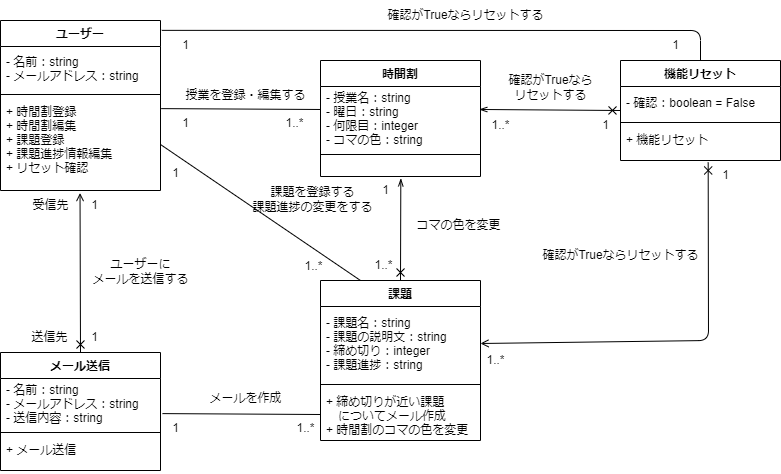
The draw.io diagram 構造図/クラス図/クラス図＿統合版.drawio.png in masaki1234567/psp4, before a commit. Source tidied: cells renumbered, new cells last; positions are measured from the earlier drawing's top-left corner, leaving out a move shared by most shapes.
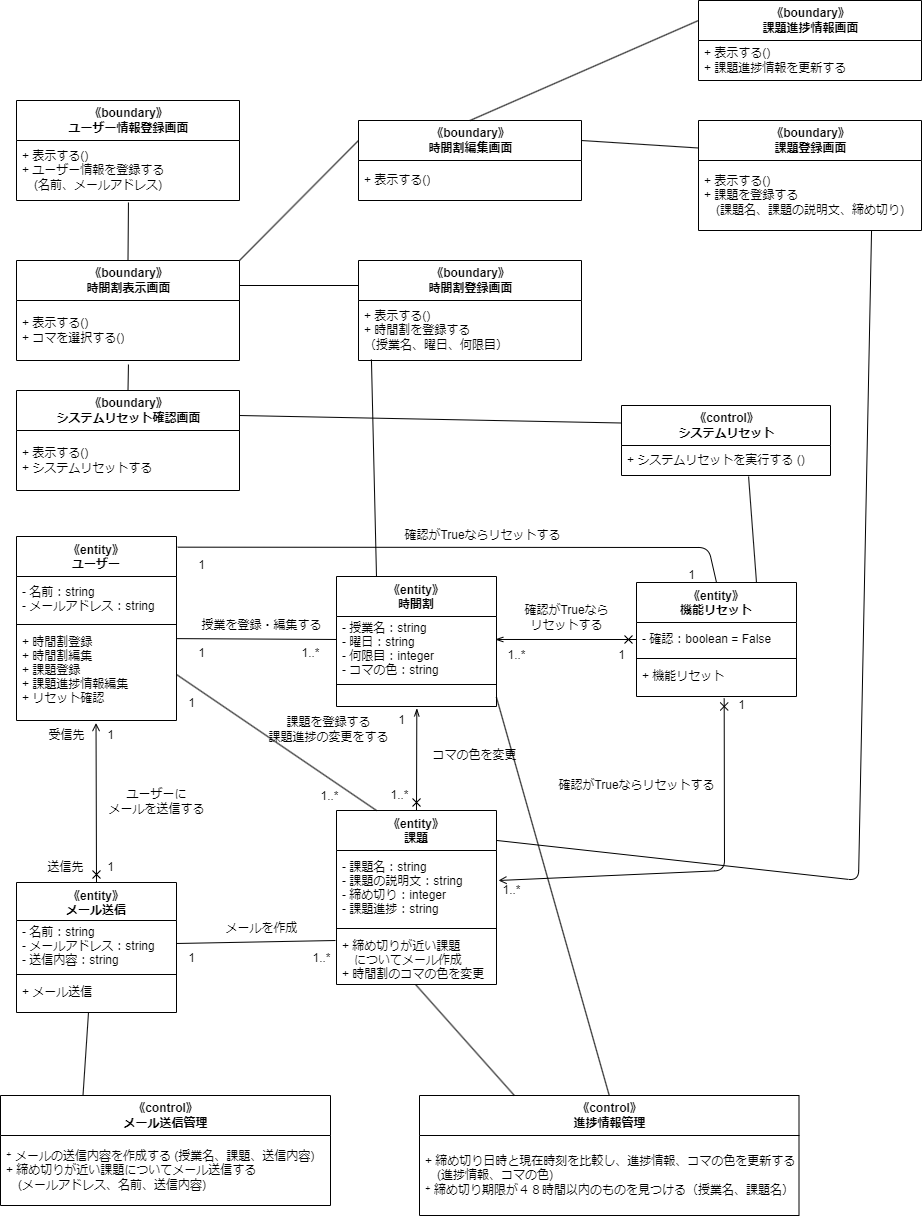
The same file after the commit.

The edit, as a diff of the source:
```diff
@@ -4,13 +4,13 @@
     <mxCell id="1" parent="0" />
-    <mxCell id="2" value="時間割" style="swimlane;fontStyle=1;align=center;verticalAlign=top;horizontal=1;startSize=26;" parent="1" vertex="1">
-      <mxGeometry x="320" y="60" width="160" height="116" as="geometry" />
+    <mxCell id="2" value="《entity》&#10;時間割" style="swimlane;fontStyle=1;align=center;verticalAlign=top;horizontal=1;startSize=40;" parent="1" vertex="1">
+      <mxGeometry x="320" y="46" width="160" height="130" as="geometry" />
     </mxCell>
     <mxCell id="3" value="- 授業名：string&#10;- 曜日：string&#10;- 何限目：integer&#10;- コマの色：string" style="text;strokeColor=none;fillColor=none;align=left;verticalAlign=middle;spacingLeft=4;spacingRight=4;overflow=hidden;points=[[0,0.5],[1,0.5]];portConstraint=eastwest;" parent="2" vertex="1">
-      <mxGeometry y="26" width="160" height="64" as="geometry" />
+      <mxGeometry y="40" width="160" height="64" as="geometry" />
     </mxCell>
     <mxCell id="4" style="line;strokeWidth=1;fillColor=none;align=left;verticalAlign=middle;spacingTop=-1;spacingLeft=3;spacingRight=3;labelPosition=right;strokeColor=inherit;" parent="2" vertex="1">
-      <mxGeometry y="90" width="160" height="8" as="geometry" />
+      <mxGeometry y="104" width="160" height="8" as="geometry" />
     </mxCell>
     <mxCell id="5" value=" " style="text;strokeColor=none;fillColor=none;align=left;verticalAlign=top;spacingLeft=4;spacingRight=4;overflow=hidden;points=[[0,0.5],[1,0.5]];portConstraint=eastwest;" parent="2" vertex="1">
-      <mxGeometry y="98" width="160" height="18" as="geometry" />
+      <mxGeometry y="112" width="160" height="18" as="geometry" />
     </mxCell>
@@ -19,13 +19,13 @@
     </mxCell>
-    <mxCell id="7" value="課題" style="swimlane;fontStyle=1;align=center;verticalAlign=top;horizontal=1;startSize=26;" parent="1" vertex="1">
-      <mxGeometry x="320" y="280" width="160" height="160" as="geometry" />
+    <mxCell id="7" value="《entity》&#10;課題" style="swimlane;fontStyle=1;align=center;verticalAlign=top;horizontal=1;startSize=40;" parent="1" vertex="1">
+      <mxGeometry x="320" y="280" width="160" height="174" as="geometry" />
     </mxCell>
     <mxCell id="8" value="- 課題名：string&#10;- 課題の説明文：string&#10;- 締め切り：integer&#10;- 課題進捗：string" style="text;strokeColor=none;fillColor=none;align=left;verticalAlign=middle;spacingLeft=4;spacingRight=4;overflow=hidden;points=[[0,0.5],[1,0.5]];portConstraint=eastwest;" parent="7" vertex="1">
-      <mxGeometry y="26" width="160" height="74" as="geometry" />
+      <mxGeometry y="40" width="160" height="74" as="geometry" />
     </mxCell>
     <mxCell id="9" style="line;strokeWidth=1;fillColor=none;align=left;verticalAlign=middle;spacingTop=-1;spacingLeft=3;spacingRight=3;labelPosition=right;strokeColor=inherit;" parent="7" vertex="1">
-      <mxGeometry y="100" width="160" height="8" as="geometry" />
+      <mxGeometry y="114" width="160" height="8" as="geometry" />
     </mxCell>
     <mxCell id="10" value="+ 締め切りが近い課題&#10;　についてメール作成&#10;+ 時間割のコマの色を変更" style="text;strokeColor=none;fillColor=none;align=left;verticalAlign=top;spacingLeft=4;spacingRight=4;overflow=hidden;points=[[0,0.5],[1,0.5]];portConstraint=eastwest;" parent="7" vertex="1">
-      <mxGeometry y="108" width="160" height="52" as="geometry" />
+      <mxGeometry y="122" width="160" height="52" as="geometry" />
     </mxCell>
@@ -34,3 +34,3 @@
         <Array as="points">
-          <mxPoint x="700" y="30" />
+          <mxPoint x="692" y="17" />
         </Array>
@@ -38,13 +38,13 @@
     </mxCell>
-    <mxCell id="12" value="ユーザー" style="swimlane;fontStyle=1;align=center;verticalAlign=top;horizontal=1;startSize=26;" parent="1" vertex="1">
-      <mxGeometry y="20" width="160" height="170" as="geometry" />
+    <mxCell id="12" value="《entity》&#10;ユーザー" style="swimlane;fontStyle=1;align=center;verticalAlign=top;horizontal=1;startSize=40;" parent="1" vertex="1">
+      <mxGeometry y="6" width="160" height="184" as="geometry" />
     </mxCell>
     <mxCell id="13" value="- 名前：string&#10;- メールアドレス：string" style="text;strokeColor=none;fillColor=none;align=left;verticalAlign=middle;spacingLeft=4;spacingRight=4;overflow=hidden;" parent="12" vertex="1">
-      <mxGeometry y="26" width="160" height="44" as="geometry" />
+      <mxGeometry y="40" width="160" height="44" as="geometry" />
     </mxCell>
     <mxCell id="14" style="line;strokeWidth=1;fillColor=none;align=left;verticalAlign=middle;spacingTop=-1;spacingLeft=3;spacingRight=3;labelPosition=right;strokeColor=inherit;" parent="12" vertex="1">
-      <mxGeometry y="70" width="160" height="8" as="geometry" />
+      <mxGeometry y="84" width="160" height="8" as="geometry" />
     </mxCell>
     <mxCell id="15" value="+ 時間割登録&#10;+ 時間割編集&#10;+ 課題登録&#10;+ 課題進捗情報編集&#10;+ リセット確認" style="text;strokeColor=none;fillColor=none;align=left;verticalAlign=top;spacingLeft=4;spacingRight=4;overflow=hidden;points=[[0,0.5],[1,0.5]];portConstraint=eastwest;" parent="12" vertex="1">
-      <mxGeometry y="78" width="160" height="92" as="geometry" />
+      <mxGeometry y="92" width="160" height="92" as="geometry" />
     </mxCell>
@@ -53,13 +53,13 @@
     </mxCell>
-    <mxCell id="17" value="メール送信" style="swimlane;fontStyle=1;align=center;verticalAlign=top;horizontal=1;startSize=26;" parent="1" vertex="1">
-      <mxGeometry y="352" width="160" height="118" as="geometry" />
+    <mxCell id="17" value="《entity》&#10;メール送信" style="swimlane;fontStyle=1;align=center;verticalAlign=top;horizontal=1;startSize=38;" parent="1" vertex="1">
+      <mxGeometry y="352" width="160" height="130" as="geometry" />
     </mxCell>
     <mxCell id="18" value="- 名前：string&#10;- メールアドレス：string&#10;- 送信内容：string" style="text;strokeColor=none;fillColor=none;align=left;verticalAlign=middle;spacingLeft=4;spacingRight=4;overflow=hidden;points=[[0,0.5],[1,0.5]];portConstraint=eastwest;" parent="17" vertex="1">
-      <mxGeometry y="26" width="160" height="50" as="geometry" />
+      <mxGeometry y="38" width="160" height="50" as="geometry" />
     </mxCell>
     <mxCell id="19" style="line;strokeWidth=1;fillColor=none;align=left;verticalAlign=middle;spacingTop=-1;spacingLeft=3;spacingRight=3;labelPosition=right;strokeColor=inherit;" parent="17" vertex="1">
-      <mxGeometry y="76" width="160" height="8" as="geometry" />
+      <mxGeometry y="88" width="160" height="8" as="geometry" />
     </mxCell>
     <mxCell id="20" value="+ メール送信" style="text;strokeColor=none;fillColor=none;align=left;verticalAlign=top;spacingLeft=4;spacingRight=4;overflow=hidden;points=[[0,0.5],[1,0.5]];portConstraint=eastwest;" parent="17" vertex="1">
-      <mxGeometry y="84" width="160" height="34" as="geometry" />
+      <mxGeometry y="96" width="160" height="34" as="geometry" />
     </mxCell>
@@ -68,13 +68,13 @@
     </mxCell>
-    <mxCell id="22" value="機能リセット" style="swimlane;fontStyle=1;align=center;verticalAlign=top;horizontal=1;startSize=26;" parent="1" vertex="1">
-      <mxGeometry x="620" y="60" width="160" height="100" as="geometry" />
+    <mxCell id="22" value="《entity》&#10;機能リセット" style="swimlane;fontStyle=1;align=center;verticalAlign=top;horizontal=1;startSize=40;" parent="1" vertex="1">
+      <mxGeometry x="620" y="52" width="160" height="114" as="geometry" />
     </mxCell>
     <mxCell id="23" value="- 確認：boolean = False" style="text;strokeColor=none;fillColor=none;align=left;verticalAlign=middle;spacingLeft=4;spacingRight=4;overflow=hidden;" parent="22" vertex="1">
-      <mxGeometry y="26" width="160" height="32" as="geometry" />
+      <mxGeometry y="40" width="160" height="32" as="geometry" />
     </mxCell>
     <mxCell id="24" style="line;strokeWidth=1;fillColor=none;align=left;verticalAlign=middle;spacingTop=-1;spacingLeft=3;spacingRight=3;labelPosition=right;strokeColor=inherit;" parent="22" vertex="1">
-      <mxGeometry y="58" width="160" height="8" as="geometry" />
+      <mxGeometry y="72" width="160" height="8" as="geometry" />
     </mxCell>
     <mxCell id="25" value="+ 機能リセット" style="text;strokeColor=none;fillColor=none;align=left;verticalAlign=top;spacingLeft=4;spacingRight=4;overflow=hidden;points=[[0,0.5],[1,0.5]];portConstraint=eastwest;" parent="22" vertex="1">
-      <mxGeometry y="66" width="160" height="34" as="geometry" />
+      <mxGeometry y="80" width="160" height="34" as="geometry" />
     </mxCell>
@@ -123,3 +123,3 @@
     <mxCell id="40" value="1" style="text;html=1;align=center;verticalAlign=middle;strokeColor=none;fillColor=none;" parent="1" vertex="1">
-      <mxGeometry x="170" y="30" width="30" height="30" as="geometry" />
+      <mxGeometry x="170" y="20" width="30" height="30" as="geometry" />
     </mxCell>
@@ -129,6 +129,7 @@
     <mxCell id="42" value="確認がTrueならリセットする" style="text;html=1;align=center;verticalAlign=middle;strokeColor=none;fillColor=none;" parent="1" vertex="1">
-      <mxGeometry x="375" width="180" height="30" as="geometry" />
+      <mxGeometry x="376" y="-10" width="180" height="30" as="geometry" />
     </mxCell>
-    <mxCell id="43" style="edgeStyle=none;html=1;exitX=1;exitY=0.5;exitDx=0;exitDy=0;entryX=0.548;entryY=1.058;entryDx=0;entryDy=0;entryPerimeter=0;startArrow=open;startFill=0;endArrow=cross;endFill=0;" parent="1" edge="1" source="8" target="25">
+    <mxCell id="43" style="edgeStyle=none;html=1;entryX=0.548;entryY=1.058;entryDx=0;entryDy=0;entryPerimeter=0;startArrow=open;startFill=0;endArrow=cross;endFill=0;" parent="1" edge="1" target="25">
       <mxGeometry relative="1" as="geometry">
+        <mxPoint x="482" y="350" as="sourcePoint" />
         <Array as="points">
@@ -156,3 +157,3 @@
     </mxCell>
-    <mxCell id="50" style="edgeStyle=none;html=1;exitX=0;exitY=0.5;exitDx=0;exitDy=0;entryX=1.012;entryY=0.702;entryDx=0;entryDy=0;entryPerimeter=0;startArrow=none;startFill=0;endArrow=none;endFill=0;" parent="1" edge="1" source="10" target="18">
+    <mxCell id="50" style="edgeStyle=none;html=1;exitX=0.85;exitY=-0.1;exitDx=0;exitDy=0;entryX=0;entryY=0;entryDx=0;entryDy=0;entryPerimeter=0;startArrow=none;startFill=0;endArrow=none;endFill=0;exitPerimeter=0;" parent="1" edge="1" source="53" target="52">
       <mxGeometry relative="1" as="geometry" />
@@ -174,2 +175,105 @@
     </mxCell>
+    <mxCell id="56" value="《control》&lt;br&gt;進捗情報管理" style="swimlane;fontStyle=1;align=center;verticalAlign=middle;horizontal=1;startSize=40;html=1;" parent="1" vertex="1">
+      <mxGeometry x="403" y="565" width="379.5" height="120" as="geometry" />
+    </mxCell>
+    <mxCell id="57" value="+ 締め切り日時と現在時刻を比較し、進捗情報、コマの色を更新する&lt;br&gt;　(進捗情報、コマの色)&lt;br&gt;⁺ 締め切り期限が４８時間以内のものを見つける（授業名、課題名）" style="text;html=1;strokeColor=none;fillColor=none;align=left;verticalAlign=middle;spacingLeft=4;spacingRight=4;overflow=hidden;" parent="56" vertex="1">
+      <mxGeometry y="40" width="379.5" height="80" as="geometry" />
+    </mxCell>
+    <mxCell id="58" value="《boundary》&lt;br&gt;時間割表示画面" style="swimlane;fontStyle=1;align=center;verticalAlign=middle;horizontal=1;startSize=40;html=1;" parent="1" vertex="1">
+      <mxGeometry y="-270" width="223" height="100" as="geometry" />
+    </mxCell>
+    <mxCell id="59" value="+ 表示する()&lt;br&gt;+ コマを選択する()" style="text;html=1;strokeColor=none;fillColor=none;align=left;verticalAlign=middle;spacingLeft=4;spacingRight=4;overflow=hidden;points=[[0,0.5],[1,0.5]];portConstraint=eastwest;" parent="58" vertex="1">
+      <mxGeometry y="40" width="223" height="60" as="geometry" />
+    </mxCell>
+    <mxCell id="60" value="《boundary》&lt;br&gt;時間割編集画面" style="swimlane;fontStyle=1;align=center;verticalAlign=middle;horizontal=1;startSize=40;html=1;" parent="1" vertex="1">
+      <mxGeometry x="342" y="-410" width="223" height="80" as="geometry" />
+    </mxCell>
+    <mxCell id="61" value="+ 表示する()" style="text;html=1;strokeColor=none;fillColor=none;align=left;verticalAlign=middle;spacingLeft=4;spacingRight=4;overflow=hidden;" parent="60" vertex="1">
+      <mxGeometry y="40" width="223" height="40" as="geometry" />
+    </mxCell>
+    <mxCell id="62" value="《boundary》&lt;br&gt;システムリセット確認画面" style="swimlane;fontStyle=1;align=center;verticalAlign=middle;horizontal=1;startSize=40;html=1;" parent="1" vertex="1">
+      <mxGeometry y="-140" width="223" height="100" as="geometry" />
+    </mxCell>
+    <mxCell id="63" value="+ 表示する()&lt;br&gt;+ システムリセットする" style="text;html=1;strokeColor=none;fillColor=none;align=left;verticalAlign=middle;spacingLeft=4;spacingRight=4;overflow=hidden;" parent="62" vertex="1">
+      <mxGeometry y="40" width="223" height="60" as="geometry" />
+    </mxCell>
+    <mxCell id="64" value="《boundary》&lt;br&gt;ユーザー情報登録画面" style="swimlane;fontStyle=1;align=center;verticalAlign=middle;horizontal=1;startSize=40;html=1;" parent="1" vertex="1">
+      <mxGeometry y="-430" width="223" height="100" as="geometry" />
+    </mxCell>
+    <mxCell id="65" value="+ 表示する()&lt;br&gt;+ ユーザー情報を登録する&lt;br&gt;　(名前、メールアドレス)" style="text;html=1;strokeColor=none;fillColor=none;align=left;verticalAlign=middle;spacingLeft=4;spacingRight=4;overflow=hidden;points=[[0,0.5],[1,0.5]];portConstraint=eastwest;" parent="64" vertex="1">
+      <mxGeometry y="40" width="223" height="60" as="geometry" />
+    </mxCell>
+    <mxCell id="66" value="《boundary》&lt;br&gt;課題登録画面" style="swimlane;fontStyle=1;align=center;verticalAlign=middle;horizontal=1;startSize=40;html=1;" parent="1" vertex="1">
+      <mxGeometry x="682" y="-410" width="223" height="110" as="geometry" />
+    </mxCell>
+    <mxCell id="67" value="+ 表示する()&lt;br&gt;+ 課題を登録する&lt;br&gt;　(課題名、課題の説明文、締め切り)" style="text;html=1;strokeColor=none;fillColor=none;align=left;verticalAlign=middle;spacingLeft=4;spacingRight=4;overflow=hidden;points=[[0,0.5],[1,0.5]];portConstraint=eastwest;" parent="66" vertex="1">
+      <mxGeometry y="40" width="223" height="70" as="geometry" />
+    </mxCell>
+    <mxCell id="68" value="《boundary》&lt;br&gt;課題進捗情報画面" style="swimlane;fontStyle=1;align=center;verticalAlign=middle;horizontal=1;startSize=40;html=1;" parent="1" vertex="1">
+      <mxGeometry x="682" y="-530" width="223" height="80" as="geometry" />
+    </mxCell>
+    <mxCell id="69" value="+ 表示する()&lt;br&gt;+ 課題進捗情報を更新する" style="text;html=1;strokeColor=none;fillColor=none;align=left;verticalAlign=middle;spacingLeft=4;spacingRight=4;overflow=hidden;" parent="68" vertex="1">
+      <mxGeometry y="40" width="223" height="40" as="geometry" />
+    </mxCell>
+    <mxCell id="70" value="《boundary》&lt;br&gt;時間割登録画面" style="swimlane;fontStyle=1;align=center;verticalAlign=middle;horizontal=1;startSize=40;html=1;" parent="1" vertex="1">
+      <mxGeometry x="342" y="-270" width="223" height="100" as="geometry" />
+    </mxCell>
+    <mxCell id="71" value="+ 表示する()&lt;br&gt;+ 時間割を登録する&lt;br&gt;（授業名、曜日、何限目）" style="text;html=1;strokeColor=none;fillColor=none;align=left;verticalAlign=middle;spacingLeft=4;spacingRight=4;overflow=hidden;points=[[0,0.5],[1,0.5]];portConstraint=eastwest;" parent="70" vertex="1">
+      <mxGeometry y="40" width="223" height="60" as="geometry" />
+    </mxCell>
+    <mxCell id="72" value="《control》&lt;br&gt;メール送信管理" style="swimlane;fontStyle=1;align=center;verticalAlign=middle;horizontal=1;startSize=40;html=1;" parent="1" vertex="1">
+      <mxGeometry x="-16" y="565" width="330" height="110" as="geometry" />
+    </mxCell>
+    <mxCell id="73" value="⁺ メールの送信内容を作成する (授業名、課題、送信内容)&amp;nbsp;&lt;br&gt;+ 締め切りが近い課題についてメール送信する&lt;br&gt;　(メールアドレス、名前、送信内容)" style="text;html=1;strokeColor=none;fillColor=none;align=left;verticalAlign=middle;spacingLeft=4;spacingRight=4;overflow=hidden;" parent="72" vertex="1">
+      <mxGeometry y="40" width="330" height="70" as="geometry" />
+    </mxCell>
+    <mxCell id="74" value="《control》&lt;br&gt;システムリセット" style="swimlane;fontStyle=1;align=center;verticalAlign=middle;horizontal=1;startSize=40;html=1;" parent="1" vertex="1">
+      <mxGeometry x="605" y="-125" width="209" height="70" as="geometry" />
+    </mxCell>
+    <mxCell id="75" value="+ システムリセットを実行する ()" style="text;html=1;strokeColor=none;fillColor=none;align=left;verticalAlign=middle;spacingLeft=4;spacingRight=4;overflow=hidden;points=[[0,0.5],[1,0.5]];portConstraint=eastwest;" parent="74" vertex="1">
+      <mxGeometry y="40" width="209" height="30" as="geometry" />
+    </mxCell>
+    <mxCell id="76" style="edgeStyle=none;jettySize=auto;html=1;endArrow=none;endFill=0;exitX=0.5;exitY=0;exitDx=0;exitDy=0;entryX=0.502;entryY=1.033;entryDx=0;entryDy=0;entryPerimeter=0;" parent="1" edge="1" source="58" target="65">
+      <mxGeometry relative="1" as="geometry" />
+    </mxCell>
+    <mxCell id="77" style="edgeStyle=none;jettySize=auto;html=1;endArrow=none;endFill=0;exitX=0;exitY=0.25;exitDx=0;exitDy=0;entryX=1;entryY=0.25;entryDx=0;entryDy=0;" parent="1" edge="1" source="70" target="58">
+      <mxGeometry relative="1" as="geometry" />
+    </mxCell>
+    <mxCell id="78" style="edgeStyle=none;jettySize=auto;html=1;endArrow=none;endFill=0;exitX=0;exitY=0.25;exitDx=0;exitDy=0;entryX=1;entryY=0;entryDx=0;entryDy=0;" parent="1" edge="1" source="60" target="58">
+      <mxGeometry relative="1" as="geometry" />
+    </mxCell>
+    <mxCell id="79" style="edgeStyle=none;jettySize=auto;html=1;endArrow=none;endFill=0;exitX=0.502;exitY=1.067;exitDx=0;exitDy=0;entryX=0.5;entryY=0;entryDx=0;entryDy=0;exitPerimeter=0;" parent="1" edge="1" source="59" target="62">
+      <mxGeometry relative="1" as="geometry" />
+    </mxCell>
+    <mxCell id="80" style="edgeStyle=none;jettySize=auto;html=1;endArrow=none;endFill=0;exitX=0.5;exitY=0;exitDx=0;exitDy=0;entryX=0;entryY=0.25;entryDx=0;entryDy=0;" parent="1" edge="1" source="60" target="68">
+      <mxGeometry relative="1" as="geometry" />
+    </mxCell>
+    <mxCell id="81" style="edgeStyle=none;jettySize=auto;html=1;endArrow=none;endFill=0;exitX=0;exitY=0.25;exitDx=0;exitDy=0;entryX=1;entryY=0.25;entryDx=0;entryDy=0;" parent="1" edge="1" source="66" target="60">
+      <mxGeometry relative="1" as="geometry" />
+    </mxCell>
+    <mxCell id="82" style="edgeStyle=none;jettySize=auto;html=1;endArrow=none;endFill=0;exitX=0.45;exitY=1;exitDx=0;exitDy=0;entryX=0.25;entryY=0;entryDx=0;entryDy=0;exitPerimeter=0;" parent="1" edge="1" source="20" target="72">
+      <mxGeometry relative="1" as="geometry" />
+    </mxCell>
+    <mxCell id="83" style="edgeStyle=none;jettySize=auto;html=1;endArrow=none;endFill=0;exitX=0.494;exitY=1;exitDx=0;exitDy=0;entryX=0.25;entryY=0;entryDx=0;entryDy=0;exitPerimeter=0;" parent="1" edge="1" source="10" target="56">
+      <mxGeometry relative="1" as="geometry" />
+    </mxCell>
+    <mxCell id="84" style="edgeStyle=none;jettySize=auto;html=1;endArrow=none;endFill=0;exitX=1;exitY=0.5;exitDx=0;exitDy=0;entryX=0.5;entryY=0;entryDx=0;entryDy=0;" parent="1" edge="1" source="5" target="56">
+      <mxGeometry relative="1" as="geometry" />
+    </mxCell>
+    <mxCell id="85" style="edgeStyle=none;jettySize=auto;html=1;endArrow=none;endFill=0;exitX=0.776;exitY=1;exitDx=0;exitDy=0;exitPerimeter=0;entryX=1;entryY=0.172;entryDx=0;entryDy=0;entryPerimeter=0;" parent="1" edge="1" source="67" target="7">
+      <mxGeometry relative="1" as="geometry">
+        <Array as="points">
+          <mxPoint x="842" y="350" />
+        </Array>
+      </mxGeometry>
+    </mxCell>
+    <mxCell id="86" style="edgeStyle=none;jettySize=auto;html=1;endArrow=none;endFill=0;exitX=0.058;exitY=0.983;exitDx=0;exitDy=0;entryX=0.25;entryY=0;entryDx=0;entryDy=0;exitPerimeter=0;" parent="1" edge="1" source="71" target="2">
+      <mxGeometry relative="1" as="geometry" />
+    </mxCell>
+    <mxCell id="87" style="edgeStyle=none;jettySize=auto;html=1;endArrow=none;endFill=0;exitX=0;exitY=0.25;exitDx=0;exitDy=0;entryX=1;entryY=0.25;entryDx=0;entryDy=0;" parent="1" edge="1" source="74" target="62">
+      <mxGeometry relative="1" as="geometry" />
+    </mxCell>
+    <mxCell id="88" style="edgeStyle=none;jettySize=auto;html=1;endArrow=none;endFill=0;exitX=0.608;exitY=1.033;exitDx=0;exitDy=0;entryX=0.75;entryY=0;entryDx=0;entryDy=0;exitPerimeter=0;" parent="1" edge="1" source="75" target="22">
+      <mxGeometry relative="1" as="geometry" />
+    </mxCell>
   </root>
```
